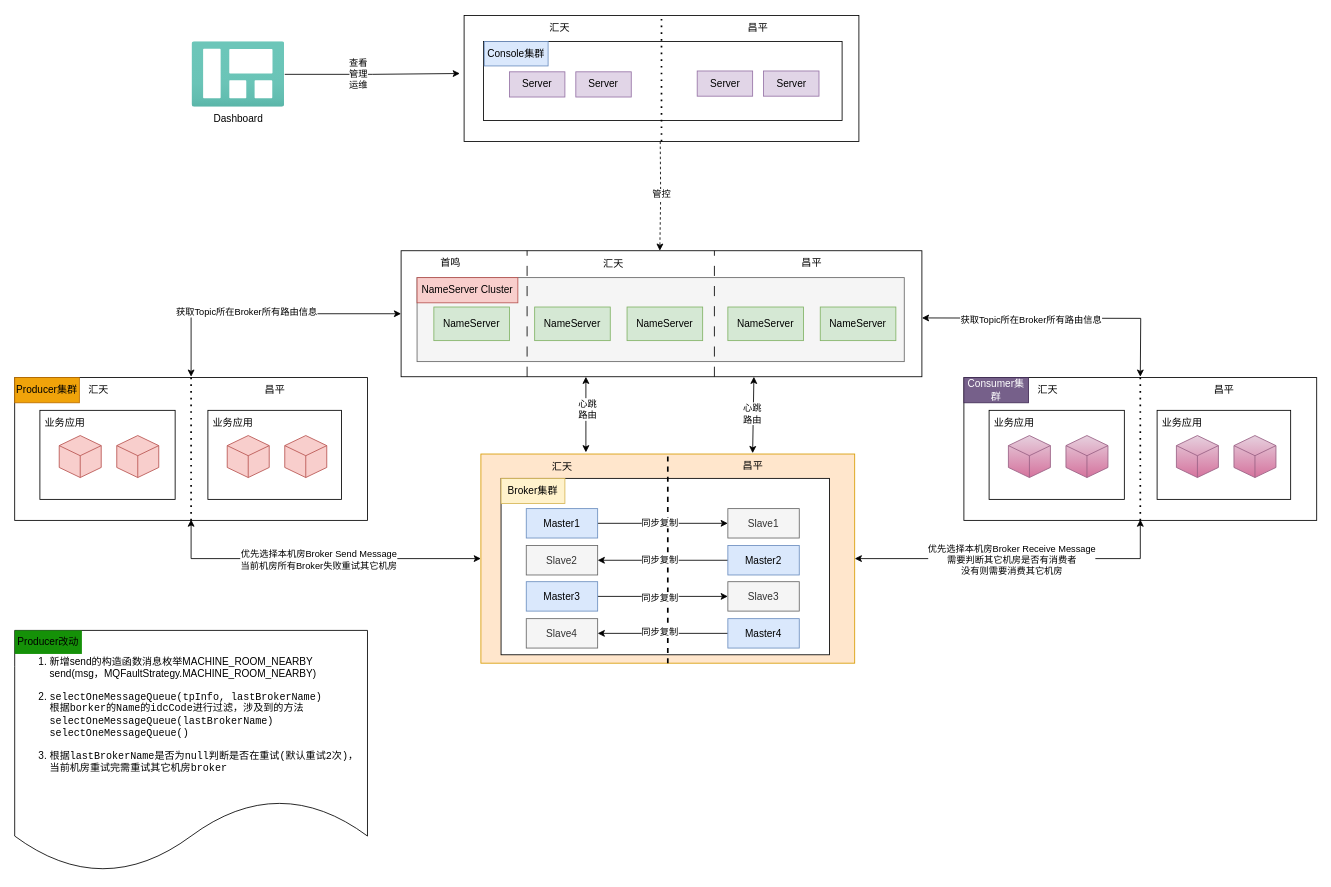
Before: RMQ Client控制多活.drawio in qiangyin/zipkin-server, a draw.io diagram. Source tidied: cells renumbered, new cells numbered last; positions are measured from the earlier drawing's top-left corner, leaving out a move shared by most shapes. Both pictures are drawn from the tidied source at 84%, with x=0, y=0 at pixel (14, 15).
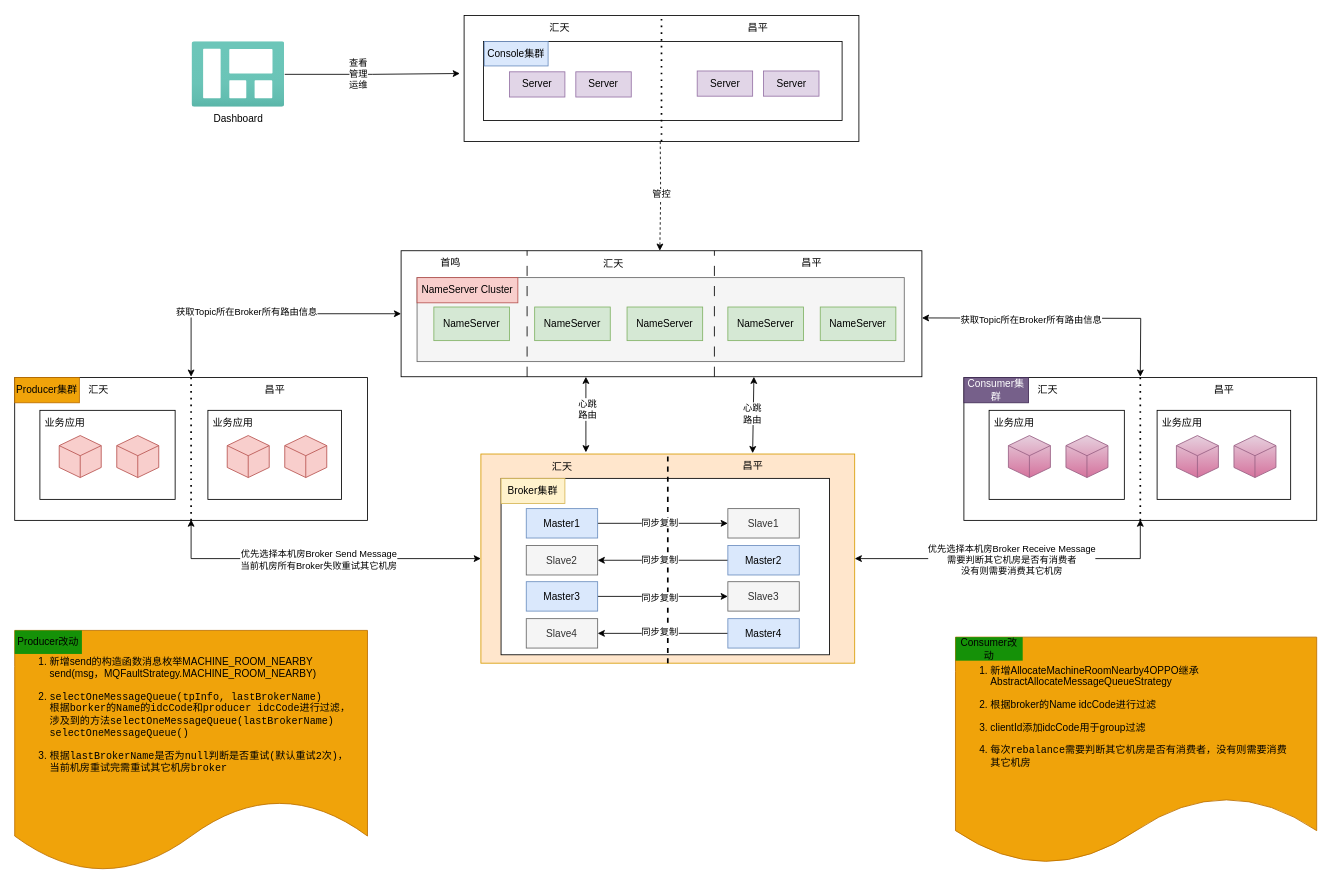
After the change.

Commit message:
更新RMQ Client控制多活.drawio

What changed in the source:
```diff
@@
-    <mxCell id="91" value="&lt;ol&gt;&lt;li&gt;新增send的构造函数消息枚举MACHINE_ROOM_NEARBY&lt;br&gt;send(msg，MQFaultStrategy.MACHINE_ROOM_NEARBY)&amp;nbsp;&lt;br&gt;&lt;/li&gt;&lt;li&gt;&lt;pre style=&quot;&quot;&gt;selectOneMessageQueue(tpInfo, lastBrokerName)&lt;br&gt;根据borker的Name的idcCode进行过滤，涉及到的方法&lt;br&gt;selectOneMessageQueue(lastBrokerName)&lt;br&gt;selectOneMessageQueue()&lt;/pre&gt;&lt;/li&gt;&lt;li&gt;&lt;pre style=&quot;&quot;&gt;根据lastBrokerName是否为null判断是否在重试(默认重试2次)，&lt;br/&gt;当前机房重试完需重试其它机房broker&lt;/pre&gt;&lt;/li&gt;&lt;/ol&gt;" style="shape=document;whiteSpace=wrap;html=1;boundedLbl=1;align=left;" parent="1" vertex="1">
+    <mxCell id="91" value="&lt;ol&gt;&lt;li&gt;新增send的构造函数消息枚举MACHINE_ROOM_NEARBY&lt;br&gt;send(msg，MQFaultStrategy.MACHINE_ROOM_NEARBY)&amp;nbsp;&lt;br&gt;&lt;/li&gt;&lt;li&gt;&lt;pre style=&quot;&quot;&gt;selectOneMessageQueue(tpInfo, lastBrokerName)&lt;br&gt;根据borker的Name的idcCode和producer idcCode进行过滤，&lt;br/&gt;涉及到的方法selectOneMessageQueue(lastBrokerName)&lt;br&gt;selectOneMessageQueue()&lt;/pre&gt;&lt;/li&gt;&lt;li&gt;&lt;pre style=&quot;&quot;&gt;根据lastBrokerName是否为null判断是否重试(默认重试2次)，&lt;br&gt;当前机房重试完需重试其它机房broker&lt;/pre&gt;&lt;/li&gt;&lt;/ol&gt;" style="shape=document;whiteSpace=wrap;html=1;boundedLbl=1;align=left;fillColor=#f0a30a;fontColor=#000000;strokeColor=#BD7000;" parent="1" vertex="1">
       <mxGeometry y="732" width="420" height="288" as="geometry" />
     </mxCell>
@@
+    <mxCell id="93" value="&lt;ol&gt;&lt;li&gt;新增AllocateMachineRoomNearby4OPPO继承AbstractAllocateMessageQueueStrategy&amp;nbsp;&lt;br&gt;&lt;/li&gt;&lt;li&gt;&lt;pre style=&quot;&quot;&gt;&lt;font face=&quot;Helvetica&quot;&gt;&lt;span style=&quot;white-space: normal;&quot;&gt;根据broker的Name idcCode进行过滤&lt;/span&gt;&lt;/font&gt;&lt;/pre&gt;&lt;/li&gt;&lt;li&gt;&lt;pre style=&quot;&quot;&gt;&lt;font face=&quot;Helvetica&quot;&gt;&lt;span style=&quot;white-space: normal;&quot;&gt;clientId添加idcCode用于group过滤&lt;/span&gt;&lt;/font&gt;&lt;/pre&gt;&lt;/li&gt;&lt;li&gt;&lt;pre style=&quot;&quot;&gt;每次rebalance需要判断其它机房是否有消费者，没有则需要消费&lt;br&gt;其它机房&lt;/pre&gt;&lt;/li&gt;&lt;/ol&gt;" style="shape=document;whiteSpace=wrap;html=1;boundedLbl=1;align=left;fillColor=#f0a30a;fontColor=#000000;strokeColor=#BD7000;" parent="1" vertex="1">
+      <mxGeometry x="1120" y="740" width="430" height="271" as="geometry" />
+    </mxCell>
+    <mxCell id="94" value="Consumer改动" style="text;html=1;align=center;verticalAlign=middle;whiteSpace=wrap;rounded=0;fillColor=#159108;" parent="1" vertex="1">
+      <mxGeometry x="1120" y="740" width="80" height="28" as="geometry" />
+    </mxCell>
```
